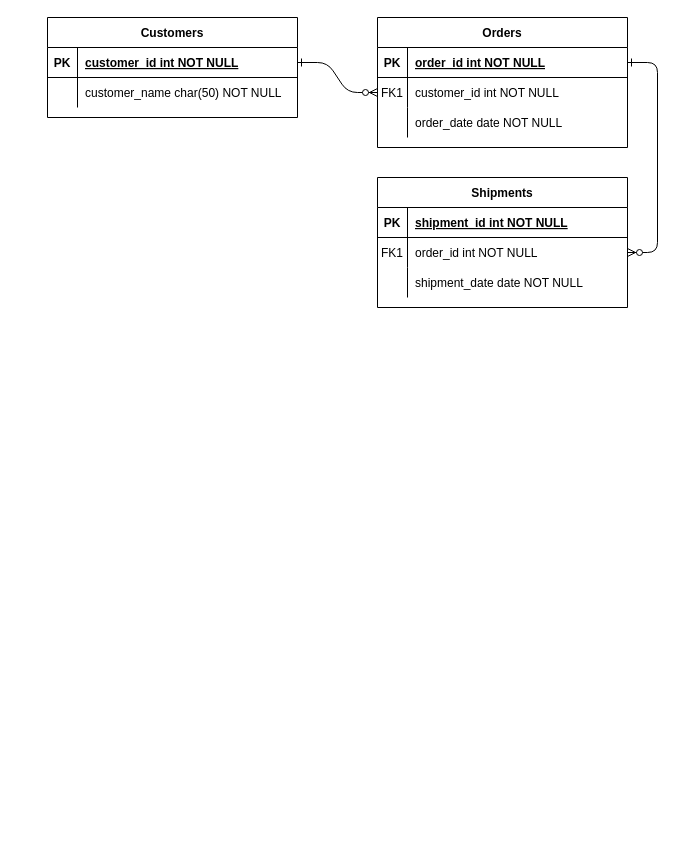
The draw.io diagram Untitled Diagram.drawio in jaosn0412/SimpleColorGame, before the edit. Source tidied: cells renumbered, new cells numbered last; positions are measured from the earlier drawing's top-left corner, leaving out a move shared by most shapes. Both pictures are drawn from the tidied source at 100%, with x=0, y=0 at pixel (47, 17).
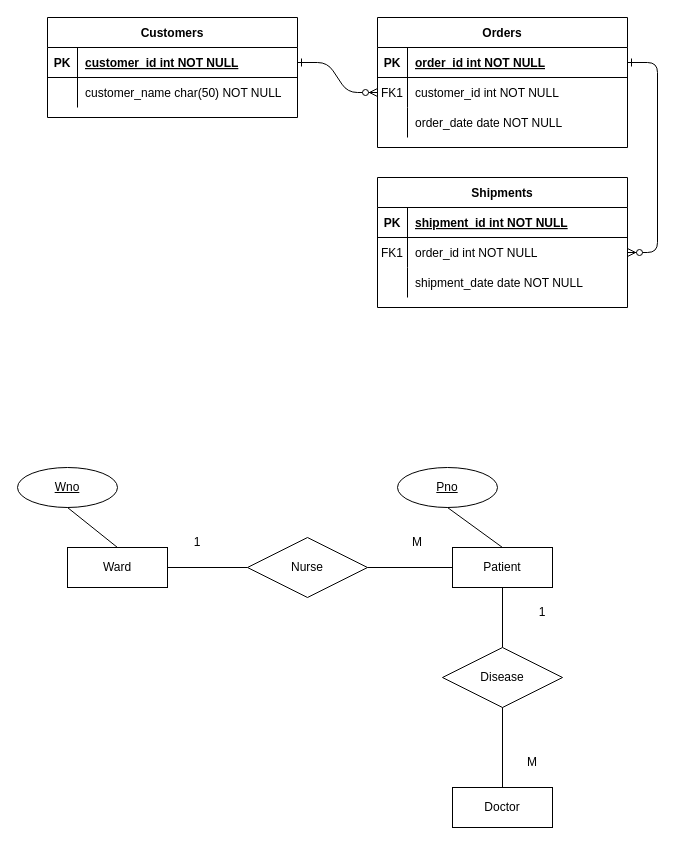
The same diagram, later.

The edit, as a diff of the source:
```diff
@@
+    <mxCell id="31" value="Ward" style="whiteSpace=wrap;html=1;align=center;" parent="1" vertex="1">
+      <mxGeometry x="20" y="530" width="100" height="40" as="geometry" />
+    </mxCell>
+    <mxCell id="32" value="Patient" style="whiteSpace=wrap;html=1;align=center;" parent="1" vertex="1">
+      <mxGeometry x="405" y="530" width="100" height="40" as="geometry" />
+    </mxCell>
+    <mxCell id="33" value="Pno" style="ellipse;whiteSpace=wrap;html=1;align=center;fontStyle=4;" parent="1" vertex="1">
+      <mxGeometry x="350" y="450" width="100" height="40" as="geometry" />
+    </mxCell>
+    <mxCell id="34" value="Wno" style="ellipse;whiteSpace=wrap;html=1;align=center;fontStyle=4;" parent="1" vertex="1">
+      <mxGeometry x="-30" y="450" width="100" height="40" as="geometry" />
+    </mxCell>
+    <mxCell id="35" style="endArrow=none;html=1;entryX=0.5;entryY=1;entryDx=0;entryDy=0;exitX=0.5;exitY=0;exitDx=0;exitDy=0;" parent="1" edge="1" source="31" target="34">
+      <mxGeometry relative="1" as="geometry" />
+    </mxCell>
+    <mxCell id="36" style="endArrow=none;html=1;exitX=0.5;exitY=0;exitDx=0;exitDy=0;entryX=0.5;entryY=1;entryDx=0;entryDy=0;" parent="1" edge="1" source="32" target="33">
+      <mxGeometry relative="1" as="geometry" />
+    </mxCell>
+    <mxCell id="37" value="Nurse" style="shape=rhombus;perimeter=rhombusPerimeter;whiteSpace=wrap;html=1;align=center;" parent="1" vertex="1">
+      <mxGeometry x="200" y="520" width="120" height="60" as="geometry" />
+    </mxCell>
+    <mxCell id="38" style="endArrow=none;html=1;entryX=0;entryY=0.5;entryDx=0;entryDy=0;exitX=1;exitY=0.5;exitDx=0;exitDy=0;" parent="1" edge="1" source="37" target="32">
+      <mxGeometry relative="1" as="geometry" />
+    </mxCell>
+    <mxCell id="39" style="endArrow=none;html=1;entryX=1;entryY=0.5;entryDx=0;entryDy=0;exitX=0;exitY=0.5;exitDx=0;exitDy=0;" parent="1" edge="1" source="37" target="31">
+      <mxGeometry relative="1" as="geometry" />
+    </mxCell>
+    <mxCell id="40" style="endArrow=none;html=1;entryX=0.5;entryY=1;entryDx=0;entryDy=0;" parent="1" edge="1" target="32">
+      <mxGeometry relative="1" as="geometry">
+        <mxPoint x="455" y="630" as="sourcePoint" />
+      </mxGeometry>
+    </mxCell>
+    <mxCell id="41" value="1" style="text;html=1;strokeColor=none;fillColor=none;align=center;verticalAlign=middle;whiteSpace=wrap;rounded=0;" parent="1" vertex="1">
+      <mxGeometry x="130" y="510" width="40" height="30" as="geometry" />
+    </mxCell>
+    <mxCell id="42" value="M" style="text;html=1;strokeColor=none;fillColor=none;align=center;verticalAlign=middle;whiteSpace=wrap;rounded=0;" parent="1" vertex="1">
+      <mxGeometry x="350" y="510" width="40" height="30" as="geometry" />
+    </mxCell>
+    <mxCell id="43" value="Doctor" style="whiteSpace=wrap;html=1;align=center;" parent="1" vertex="1">
+      <mxGeometry x="405" y="770" width="100" height="40" as="geometry" />
+    </mxCell>
+    <mxCell id="44" value="Disease" style="shape=rhombus;perimeter=rhombusPerimeter;whiteSpace=wrap;html=1;align=center;" parent="1" vertex="1">
+      <mxGeometry x="395" y="630" width="120" height="60" as="geometry" />
+    </mxCell>
+    <mxCell id="45" style="endArrow=none;html=1;entryX=0.5;entryY=1;entryDx=0;entryDy=0;exitX=0.5;exitY=0;exitDx=0;exitDy=0;" parent="1" edge="1" source="43" target="44">
+      <mxGeometry relative="1" as="geometry" />
+    </mxCell>
+    <mxCell id="46" value="1" style="text;html=1;strokeColor=none;fillColor=none;align=center;verticalAlign=middle;whiteSpace=wrap;rounded=0;" parent="1" vertex="1">
+      <mxGeometry x="475" y="580" width="40" height="30" as="geometry" />
+    </mxCell>
+    <mxCell id="47" value="M" style="text;html=1;strokeColor=none;fillColor=none;align=center;verticalAlign=middle;whiteSpace=wrap;rounded=0;" parent="1" vertex="1">
+      <mxGeometry x="465" y="730" width="40" height="30" as="geometry" />
+    </mxCell>
```
